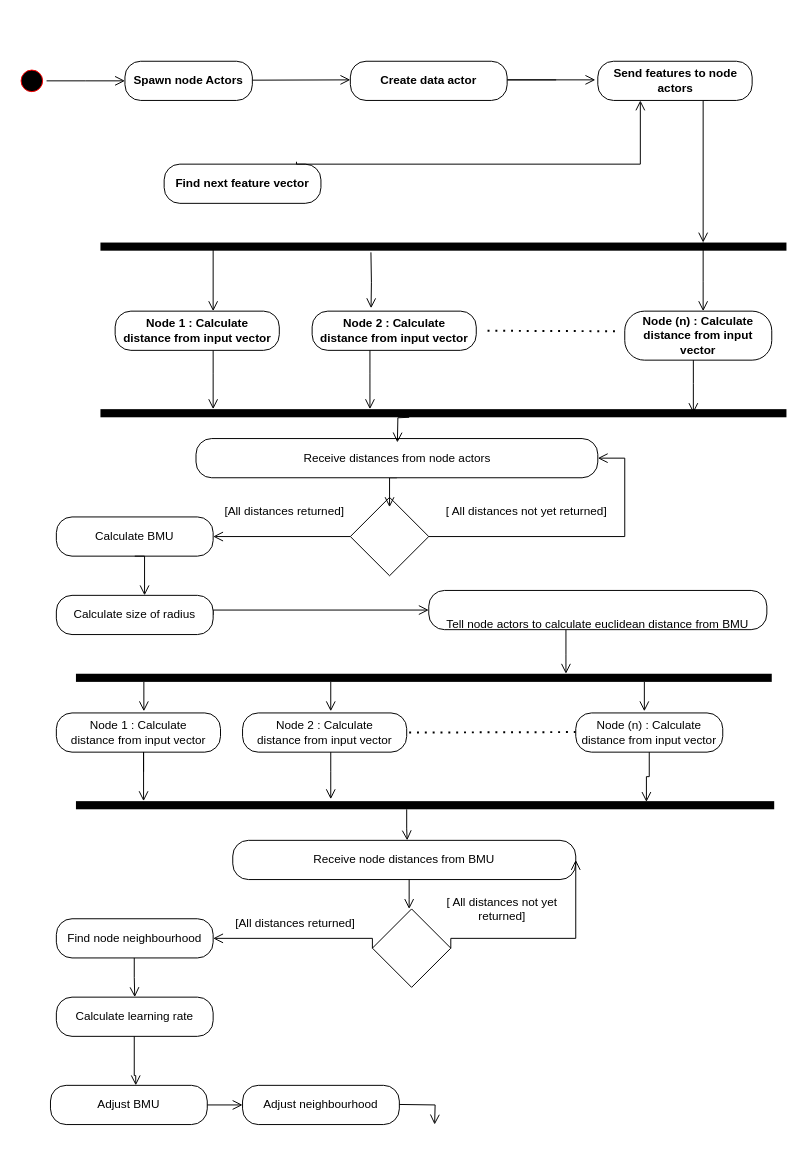
This is mainActivityDiagram.drawio from vanelopethecoder/som-basic, a draw.io file, before an edit. Source tidied: cells renumbered, new cells numbered last; positions are measured from the earlier drawing's top-left corner, leaving out a move shared by most shapes. Both pictures are drawn from the tidied source at 98%, with x=0, y=0 at pixel (17, 61).
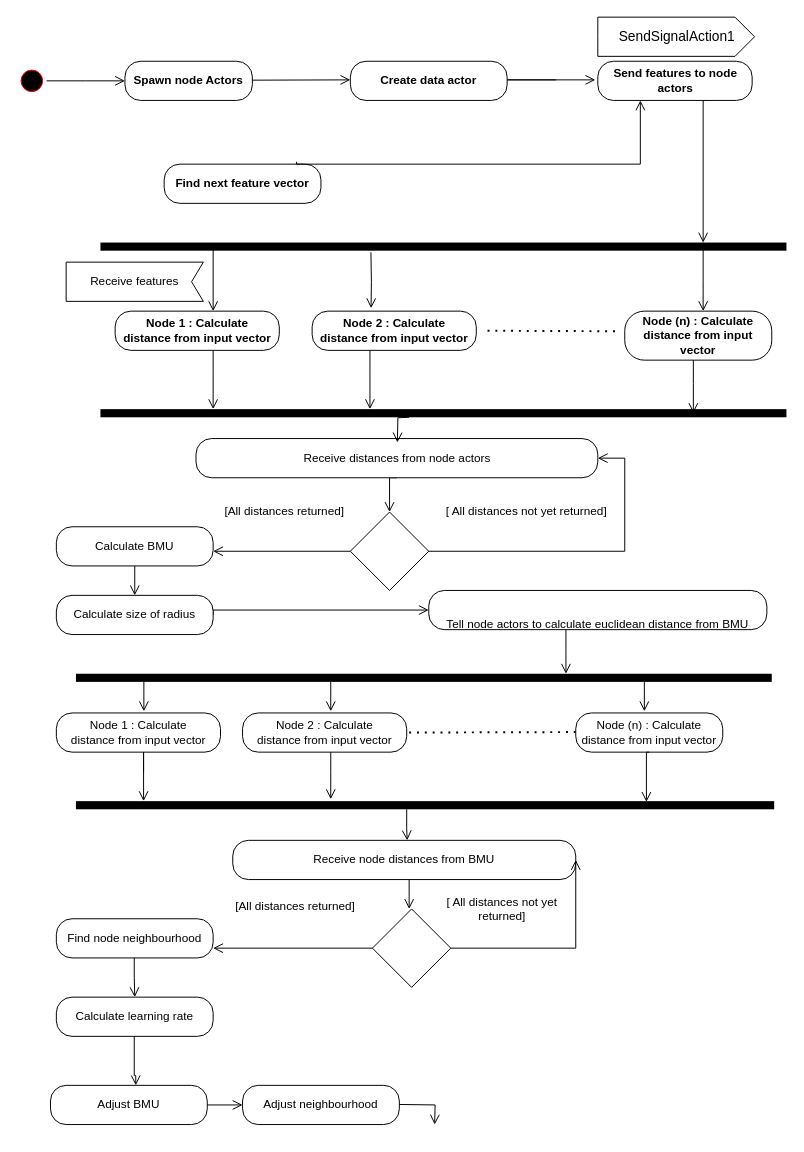
The same page after the edit.

Unchanged cells that the change refers to:
```xml
<mxCell id="22" value="Receive node distances from BMU" style="rounded=1;whiteSpace=wrap;html=1;arcSize=40;fontColor=#000000;fillColor=#FFFFFF;strokeColor=#000000;" parent="1" vertex="1">
  <mxGeometry x="220" y="795" width="350" height="40" as="geometry" />
</mxCell>
<mxCell id="23" style="rhombus;whiteSpace=wrap;html=1;" parent="1" vertex="1">
  <mxGeometry x="362.5" y="865" width="80" height="80" as="geometry" />
</mxCell>
<mxCell id="34" value="Find node neighbourhood" style="rounded=1;whiteSpace=wrap;html=1;arcSize=40;fontColor=#000000;fillColor=#FFFFFF;strokeColor=#000000;" parent="1" vertex="1">
  <mxGeometry x="40" y="875" width="160" height="40" as="geometry" />
</mxCell>
<mxCell id="43" value="Receive distances from node actors" style="rounded=1;whiteSpace=wrap;html=1;arcSize=40;fontColor=#000000;fillColor=#FFFFFF;strokeColor=#000000;" parent="1" vertex="1">
  <mxGeometry x="182.5" y="385" width="410" height="40" as="geometry" />
</mxCell>
<mxCell id="60" value="&lt;span style=&quot;text-align: left&quot;&gt;Node (n) : Calculate&lt;/span&gt;&lt;br style=&quot;text-align: left&quot;&gt;&lt;span style=&quot;text-align: left&quot;&gt;distance from input vector&lt;/span&gt;" style="rounded=1;whiteSpace=wrap;html=1;arcSize=40;fontColor=#000000;fillColor=#FFFFFF;strokeColor=#000000;" parent="1" vertex="1">
  <mxGeometry x="570" y="665" width="150" height="40" as="geometry" />
</mxCell>
<mxCell id="62" style="html=1;points=[];perimeter=orthogonalPerimeter;fillColor=#000000;strokeColor=none;direction=north;" parent="1" vertex="1">
  <mxGeometry x="60" y="755" width="712.5" height="8.3" as="geometry" />
</mxCell>
```

Diff of the diagram source:
```diff
@@
     <mxCell id="7" style="rhombus;whiteSpace=wrap;html=1;" parent="1" vertex="1">
-      <mxGeometry x="340" y="445" width="80" height="80" as="geometry" />
+      <mxGeometry x="340" y="460" width="80" height="80" as="geometry" />
     </mxCell>
     <mxCell id="8" style="edgeStyle=orthogonalEdgeStyle;html=1;verticalAlign=bottom;endArrow=open;endSize=8;strokeColor=#000000;rounded=0;exitX=1;exitY=0.5;exitDx=0;exitDy=0;" parent="1" edge="1" source="7" target="43">
       <mxGeometry relative="1" as="geometry">
         <Array as="points">
-          <mxPoint x="620" y="485" />
+          <mxPoint x="620" y="500" />
           <mxPoint x="620" y="405" />
         </Array>
       </mxGeometry>
     </mxCell>
@@
-    <mxCell id="14" style="edgeStyle=orthogonalEdgeStyle;html=1;verticalAlign=bottom;endArrow=open;endSize=8;strokeColor=#000000;rounded=0;exitX=0.5;exitY=1;exitDx=0;exitDy=0;" parent="1" edge="1" source="43">
+    <mxCell id="14" style="edgeStyle=orthogonalEdgeStyle;html=1;verticalAlign=bottom;endArrow=open;endSize=8;strokeColor=#000000;rounded=0;exitX=0.5;exitY=1;exitDx=0;exitDy=0;entryX=0.5;entryY=0;entryDx=0;entryDy=0;" parent="1" edge="1" source="43" target="7">
       <mxGeometry relative="1" as="geometry">
-        <mxPoint x="380" y="455" as="targetPoint" />
         <Array as="points">
           <mxPoint x="380" y="425" />
         </Array>
       </mxGeometry>
     </mxCell>
-    <mxCell id="15" style="edgeStyle=orthogonalEdgeStyle;html=1;verticalAlign=bottom;endArrow=open;endSize=8;strokeColor=#000000;rounded=0;exitX=0;exitY=0.5;exitDx=0;exitDy=0;entryX=1;entryY=0.5;entryDx=0;entryDy=0;" parent="1" edge="1" source="7" target="17">
+    <mxCell id="15" style="edgeStyle=orthogonalEdgeStyle;html=1;verticalAlign=bottom;endArrow=open;endSize=8;strokeColor=#000000;rounded=0;exitX=0;exitY=0.5;exitDx=0;exitDy=0;" parent="1" edge="1" source="7">
       <mxGeometry relative="1" as="geometry">
+        <mxPoint x="200" y="500" as="targetPoint" />
         <Array as="points">
-          <mxPoint x="340" y="485" />
+          <mxPoint x="200" y="500" />
         </Array>
       </mxGeometry>
     </mxCell>
@@
     <mxCell id="17" value="Calculate BMU" style="rounded=1;whiteSpace=wrap;html=1;arcSize=40;fontColor=#000000;fillColor=#FFFFFF;strokeColor=#000000;" parent="1" vertex="1">
-      <mxGeometry x="40" y="465" width="160" height="40" as="geometry" />
+      <mxGeometry x="40" y="475" width="160" height="40" as="geometry" />
     </mxCell>
@@
     <mxCell id="25" style="edgeStyle=orthogonalEdgeStyle;html=1;verticalAlign=bottom;endArrow=open;endSize=8;strokeColor=#000000;rounded=0;entryX=1;entryY=0.5;entryDx=0;entryDy=0;exitX=1;exitY=0.5;exitDx=0;exitDy=0;" parent="1" edge="1" source="23" target="22">
       <mxGeometry relative="1" as="geometry">
         <Array as="points">
-          <mxPoint x="570" y="895" />
+          <mxPoint x="570" y="905" />
         </Array>
       </mxGeometry>
     </mxCell>
-    <mxCell id="26" style="edgeStyle=orthogonalEdgeStyle;html=1;verticalAlign=bottom;endArrow=open;endSize=8;strokeColor=#000000;rounded=0;entryX=1;entryY=0.5;entryDx=0;entryDy=0;exitX=0;exitY=0.5;exitDx=0;exitDy=0;" parent="1" edge="1" source="23" target="34">
+    <mxCell id="26" style="edgeStyle=orthogonalEdgeStyle;html=1;verticalAlign=bottom;endArrow=open;endSize=8;strokeColor=#000000;rounded=0;exitX=0;exitY=0.5;exitDx=0;exitDy=0;" parent="1" edge="1" source="23">
       <mxGeometry relative="1" as="geometry">
+        <mxPoint x="200" y="905" as="targetPoint" />
         <Array as="points">
-          <mxPoint x="363" y="895" />
+          <mxPoint x="200" y="905" />
         </Array>
       </mxGeometry>
     </mxCell>
@@
     <mxCell id="51" style="edgeStyle=orthogonalEdgeStyle;html=1;verticalAlign=bottom;endArrow=open;endSize=8;strokeColor=#000000;rounded=0;exitX=0.5;exitY=1;exitDx=0;exitDy=0;" parent="1" edge="1" source="17">
       <mxGeometry relative="1" as="geometry">
-        <mxPoint x="130" y="545" as="targetPoint" />
+        <mxPoint x="120" y="545" as="targetPoint" />
         <Array as="points">
-          <mxPoint x="130" y="505" />
+          <mxPoint x="120" y="545" />
         </Array>
       </mxGeometry>
     </mxCell>
@@
     <mxCell id="61" style="edgeStyle=orthogonalEdgeStyle;html=1;verticalAlign=bottom;endArrow=open;endSize=8;strokeColor=#000000;rounded=0;exitX=0.5;exitY=1;exitDx=0;exitDy=0;entryX=0.904;entryY=0.817;entryDx=0;entryDy=0;entryPerimeter=0;" parent="1" edge="1" source="60" target="62">
-      <mxGeometry relative="1" as="geometry" />
+      <mxGeometry relative="1" as="geometry">
+        <Array as="points">
+          <mxPoint x="642" y="705" />
+        </Array>
+      </mxGeometry>
     </mxCell>
@@
     <mxCell id="64" value="&lt;span&gt;[All distances returned]&lt;/span&gt;" style="text;html=1;strokeColor=none;fillColor=none;align=center;verticalAlign=middle;whiteSpace=wrap;rounded=0;labelBackgroundColor=#FFFFFF;" parent="1" vertex="1">
-      <mxGeometry x="194" y="865" width="180" height="30" as="geometry" />
+      <mxGeometry x="194" y="850" width="180" height="25" as="geometry" />
     </mxCell>
@@
+    <mxCell id="66" value="SendSignalAction1" style="html=1;shape=mxgraph.infographic.ribbonSimple;notch1=0;notch2=20;align=center;verticalAlign=middle;fontSize=14;fontStyle=0;fillColor=#FFFFFF;" parent="1" vertex="1">
+      <mxGeometry x="592.5" y="-45" width="160" height="40" as="geometry" />
+    </mxCell>
+    <mxCell id="67" value="Receive features" style="shape=mxgraph.sysml.accEvent;flipH=1;whiteSpace=wrap;align=center;" parent="1" vertex="1">
+      <mxGeometry x="50" y="205" width="140" height="40" as="geometry" />
+    </mxCell>
```
